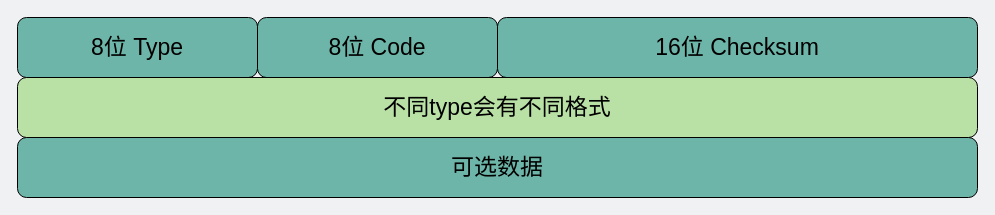
Earlier version of the draw.io diagram network/ICMP报头type=3.drawio (xiaobaiTech/image). Source tidied: cells renumbered, new cells numbered last; positions are measured from the earlier drawing's top-left corner, leaving out a move shared by most shapes. Both pictures are drawn from the tidied source at 100%, with x=0, y=0 at pixel (17, 17).
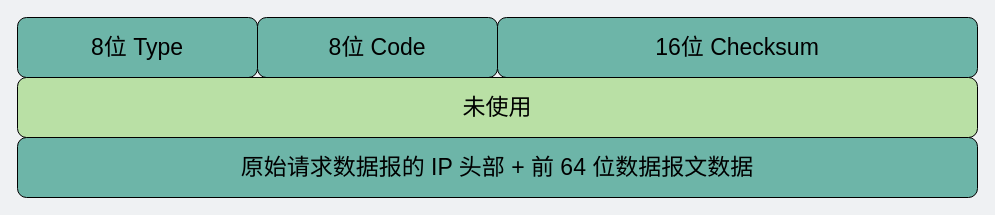
The same diagram, later.

Diff of the diagram source:
```diff
@@
 <mxGraphModel background="#EFF1F3">
   <root>
     <mxCell id="0" />
     <mxCell id="1" parent="0" />
-    <mxCell id="2" value="&lt;font style=&quot;font-size: 23px;&quot;&gt;可选数据&lt;/font&gt;" style="rounded=1;whiteSpace=wrap;html=1;fontSize=23;fillColor=#6DB5A8;" parent="1" vertex="1">
+    <mxCell id="2" value="原始请求数据报的 IP 头部 + 前 64 位数据报文数据" style="rounded=1;whiteSpace=wrap;html=1;fontSize=23;fillColor=#6DB5A8;" parent="1" vertex="1">
       <mxGeometry y="120" width="960" height="60" as="geometry" />
     </mxCell>
     <mxCell id="3" value="&lt;font style=&quot;font-size: 23px&quot;&gt;8位 Type&lt;/font&gt;" style="rounded=1;whiteSpace=wrap;html=1;fontSize=23;fillColor=#6DB5A8;" parent="1" vertex="1">
       <mxGeometry width="240" height="60" as="geometry" />
     </mxCell>
     <mxCell id="4" value="&lt;font style=&quot;font-size: 23px&quot;&gt;8位 Code&lt;/font&gt;" style="rounded=1;whiteSpace=wrap;html=1;fontSize=23;fillColor=#6DB5A8;" parent="1" vertex="1">
       <mxGeometry x="240" width="240" height="60" as="geometry" />
     </mxCell>
     <mxCell id="5" value="&lt;font style=&quot;font-size: 23px&quot;&gt;16位 Checksum&lt;/font&gt;" style="rounded=1;whiteSpace=wrap;html=1;fontSize=23;fillColor=#6DB5A8;" parent="1" vertex="1">
       <mxGeometry x="480" width="480" height="60" as="geometry" />
     </mxCell>
-    <mxCell id="6" value="不同type会有不同格式" style="rounded=1;whiteSpace=wrap;html=1;fontSize=23;fillColor=#B9E0A5;" parent="1" vertex="1">
+    <mxCell id="6" value="未使用" style="rounded=1;whiteSpace=wrap;html=1;fontSize=23;fillColor=#B9E0A5;" parent="1" vertex="1">
       <mxGeometry y="60" width="960" height="60" as="geometry" />
     </mxCell>
   </root>
 </mxGraphModel>
```
